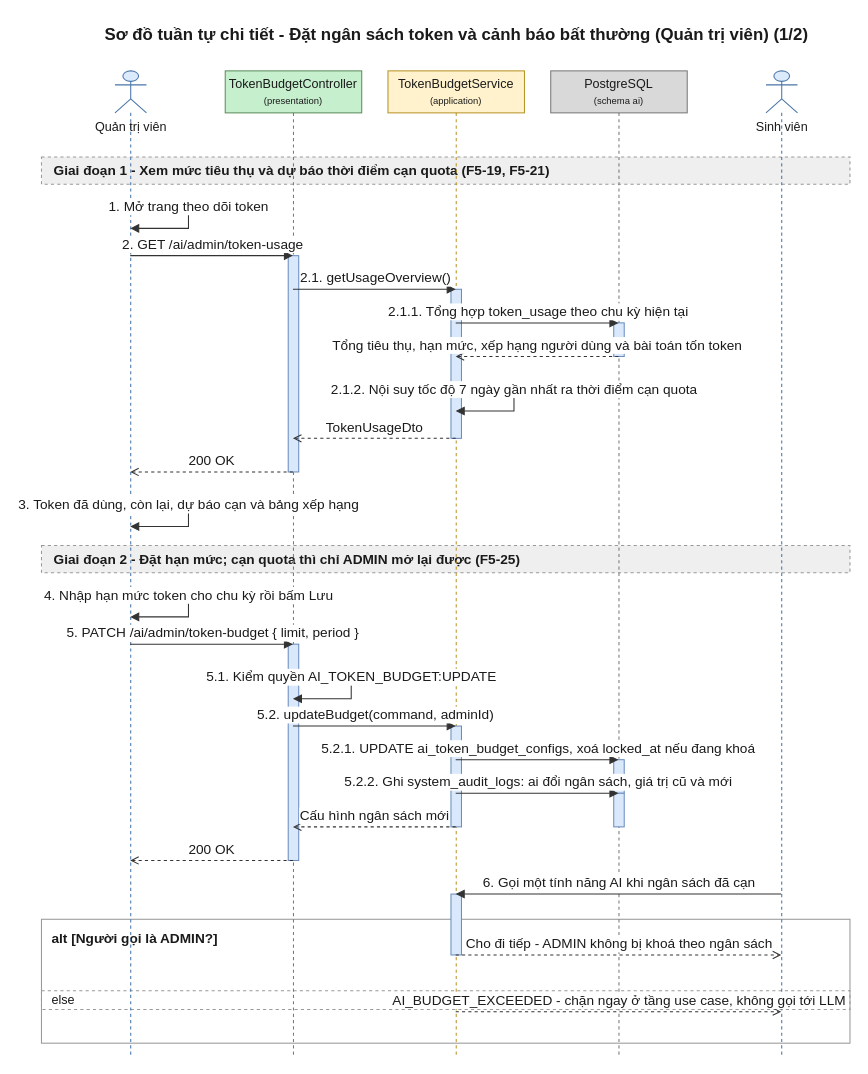
Above: 08-diagram/sequence/admin/sequence_admin_dat_ngan_sach_token_p1.drawio in daiphu1801/PRJ_ALGOPREP (draw.io), before the change. Source tidied: cells renumbered, new cells numbered last; positions are measured from the earlier drawing's top-left corner, leaving out a move shared by most shapes. Both pictures are drawn from the tidied source at 105%, with x=0, y=0 at pixel (41, 18).
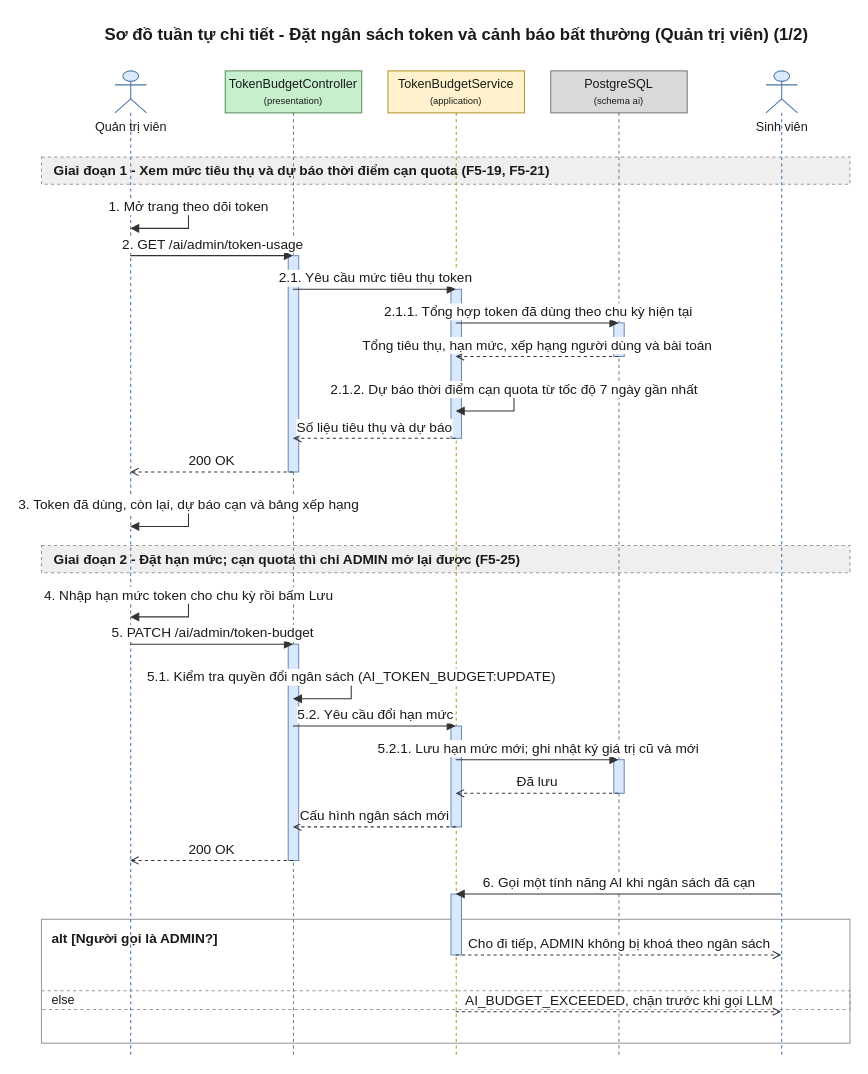
The same page after the edit.

Unchanged cells that the change refers to:
```xml
<mxCell id="7" value="Quản trị viên" style="shape=umlLifeline;participant=umlActor;perimeter=lifelinePerimeter;html=1;outlineConnect=0;size=40;verticalAlign=top;spacingTop=40;fillColor=#DCEBFC;strokeColor=#4A76A8;fontColor=#1A1A1A;" parent="1" vertex="1">
  <mxGeometry x="70" y="50" width="30" height="938" as="geometry" />
</mxCell>
<mxCell id="8" value="TokenBudgetController&lt;br&gt;&lt;font style=&quot;font-size:9px&quot;&gt;(presentation)&lt;/font&gt;" style="shape=umlLifeline;perimeter=lifelinePerimeter;whiteSpace=wrap;html=1;outlineConnect=0;size=40;fillColor=#C6EFCE;strokeColor=#5E8E5E;fontColor=#1A1A1A;" parent="1" vertex="1">
  <mxGeometry x="175" y="50" width="130" height="938" as="geometry" />
</mxCell>
<mxCell id="9" value="TokenBudgetService&lt;br&gt;&lt;font style=&quot;font-size:9px&quot;&gt;(application)&lt;/font&gt;" style="shape=umlLifeline;perimeter=lifelinePerimeter;whiteSpace=wrap;html=1;outlineConnect=0;size=40;fillColor=#FFF2CC;strokeColor=#B8952A;fontColor=#1A1A1A;" parent="1" vertex="1">
  <mxGeometry x="330" y="50" width="130" height="938" as="geometry" />
</mxCell>
<mxCell id="10" value="PostgreSQL&lt;br&gt;&lt;font style=&quot;font-size:9px&quot;&gt;(schema ai)&lt;/font&gt;" style="shape=umlLifeline;perimeter=lifelinePerimeter;whiteSpace=wrap;html=1;outlineConnect=0;size=40;fillColor=#D9D9D9;strokeColor=#7A7A7A;fontColor=#1A1A1A;" parent="1" vertex="1">
  <mxGeometry x="485" y="50" width="130" height="938" as="geometry" />
</mxCell>
<mxCell id="11" value="Sinh viên" style="shape=umlLifeline;participant=umlActor;perimeter=lifelinePerimeter;html=1;outlineConnect=0;size=40;verticalAlign=top;spacingTop=40;fillColor=#DCEBFC;strokeColor=#4A76A8;fontColor=#1A1A1A;" parent="1" vertex="1">
  <mxGeometry x="690" y="50" width="30" height="938" as="geometry" />
</mxCell>
```

What changed in the source:
```diff
@@
-    <mxCell id="16" style="html=1;perimeter=orthogonalPerimeter;targetShapes=umlLifeline;fillColor=#DAE8FC;strokeColor=#6C8EBF;" parent="10" vertex="1">
-      <mxGeometry x="60" y="688" width="10" height="32" as="geometry" />
+    <mxCell id="16" style="html=1;perimeter=orthogonalPerimeter;targetShapes=umlLifeline;fillColor=#DAE8FC;strokeColor=#6C8EBF;" parent="9" vertex="1">
+      <mxGeometry x="60" y="624" width="10" height="96" as="geometry" />
     </mxCell>
-    <mxCell id="17" style="html=1;perimeter=orthogonalPerimeter;targetShapes=umlLifeline;fillColor=#DAE8FC;strokeColor=#6C8EBF;" parent="9" vertex="1">
-      <mxGeometry x="60" y="624" width="10" height="96" as="geometry" />
+    <mxCell id="17" style="html=1;perimeter=orthogonalPerimeter;targetShapes=umlLifeline;fillColor=#DAE8FC;strokeColor=#6C8EBF;" parent="8" vertex="1">
+      <mxGeometry x="60" y="546" width="10" height="206" as="geometry" />
     </mxCell>
-    <mxCell id="18" style="html=1;perimeter=orthogonalPerimeter;targetShapes=umlLifeline;fillColor=#DAE8FC;strokeColor=#6C8EBF;" parent="8" vertex="1">
-      <mxGeometry x="60" y="546" width="10" height="206" as="geometry" />
+    <mxCell id="18" style="html=1;perimeter=orthogonalPerimeter;targetShapes=umlLifeline;fillColor=#DAE8FC;strokeColor=#6C8EBF;" parent="9" vertex="1">
+      <mxGeometry x="60" y="784" width="10" height="58" as="geometry" />
     </mxCell>
-    <mxCell id="19" style="html=1;perimeter=orthogonalPerimeter;targetShapes=umlLifeline;fillColor=#DAE8FC;strokeColor=#6C8EBF;" parent="9" vertex="1">
-      <mxGeometry x="60" y="784" width="10" height="58" as="geometry" />
-    </mxCell>
+    <mxCell id="40" value="1. Mở trang theo dõi token" style="edgeStyle=orthogonalEdgeStyle;rounded=0;html=1;endArrow=block;endFill=1;strokeColor=#333333;fontColor=#1A1A1A;fontSize=13;verticalAlign=bottom;exitX=0.5;exitY=0.1386;exitDx=0;exitDy=0;entryX=0.5;entryY=0.1599;entryDx=0;entryDy=0;" parent="1" edge="1" source="7" target="7">
+      <mxGeometry relative="1" as="geometry">
+        <Array as="points">
+          <mxPoint x="140" y="180" />
+          <mxPoint x="140" y="200" />
+        </Array>
+      </mxGeometry>
+    </mxCell>
-    <mxCell id="20" value="1. Mở trang theo dõi token" style="edgeStyle=orthogonalEdgeStyle;rounded=0;html=1;endArrow=block;endFill=1;strokeColor=#333333;fontColor=#1A1A1A;fontSize=13;verticalAlign=bottom;exitX=0.5;exitY=0.1386;exitDx=0;exitDy=0;entryX=0.5;entryY=0.1599;entryDx=0;entryDy=0;" parent="1" edge="1" source="7" target="7">
-      <mxGeometry relative="1" as="geometry">
-        <Array as="points">
-          <mxPoint x="140" y="180" />
-          <mxPoint x="140" y="200" />
-        </Array>
-      </mxGeometry>
+    <mxCell id="20" value="2. GET /ai/admin/token-usage" style="edgeStyle=none;html=1;endArrow=block;endFill=1;strokeColor=#333333;fontColor=#1A1A1A;fontSize=13;verticalAlign=bottom;exitX=0.5;exitY=0.1876;exitDx=0;exitDy=0;entryX=0.5;entryY=0.1876;entryDx=0;entryDy=0;" parent="1" edge="1" source="7" target="8">
+      <mxGeometry relative="1" as="geometry" />
     </mxCell>
-    <mxCell id="21" value="2. GET /ai/admin/token-usage" style="edgeStyle=none;html=1;endArrow=block;endFill=1;strokeColor=#333333;fontColor=#1A1A1A;fontSize=13;verticalAlign=bottom;exitX=0.5;exitY=0.1876;exitDx=0;exitDy=0;entryX=0.5;entryY=0.1876;entryDx=0;entryDy=0;" parent="1" edge="1" source="7" target="8">
+    <mxCell id="21" value="2.1. Yêu cầu mức tiêu thụ token" style="edgeStyle=none;html=1;endArrow=block;endFill=1;strokeColor=#333333;fontColor=#1A1A1A;fontSize=13;verticalAlign=bottom;exitX=0.5;exitY=0.2217;exitDx=0;exitDy=0;entryX=0.5;entryY=0.2217;entryDx=0;entryDy=0;" parent="1" edge="1" source="8" target="9">
       <mxGeometry relative="1" as="geometry" />
     </mxCell>
-    <mxCell id="22" value="2.1. getUsageOverview()" style="edgeStyle=none;html=1;endArrow=block;endFill=1;strokeColor=#333333;fontColor=#1A1A1A;fontSize=13;verticalAlign=bottom;exitX=0.5;exitY=0.2217;exitDx=0;exitDy=0;entryX=0.5;entryY=0.2217;entryDx=0;entryDy=0;" parent="1" edge="1" source="8" target="9">
+    <mxCell id="22" value="2.1.1. Tổng hợp token đã dùng theo chu kỳ hiện tại" style="edgeStyle=none;html=1;endArrow=block;endFill=1;strokeColor=#333333;fontColor=#1A1A1A;fontSize=13;verticalAlign=bottom;exitX=0.5;exitY=0.2559;exitDx=0;exitDy=0;entryX=0.5;entryY=0.2559;entryDx=0;entryDy=0;" parent="1" edge="1" source="9" target="10">
       <mxGeometry relative="1" as="geometry" />
     </mxCell>
-    <mxCell id="23" value="2.1.1. Tổng hợp token_usage theo chu kỳ hiện tại" style="edgeStyle=none;html=1;endArrow=block;endFill=1;strokeColor=#333333;fontColor=#1A1A1A;fontSize=13;verticalAlign=bottom;exitX=0.5;exitY=0.2559;exitDx=0;exitDy=0;entryX=0.5;entryY=0.2559;entryDx=0;entryDy=0;" parent="1" edge="1" source="9" target="10">
+    <mxCell id="23" value="Tổng tiêu thụ, hạn mức, xếp hạng người dùng và bài toán" style="edgeStyle=none;html=1;endArrow=open;endFill=0;dashed=1;strokeColor=#333333;fontColor=#1A1A1A;fontSize=13;verticalAlign=bottom;exitX=0.5;exitY=0.2900;exitDx=0;exitDy=0;entryX=0.5;entryY=0.2900;entryDx=0;entryDy=0;" parent="1" edge="1" source="10" target="9">
       <mxGeometry relative="1" as="geometry" />
     </mxCell>
-    <mxCell id="24" value="Tổng tiêu thụ, hạn mức, xếp hạng người dùng và bài toán tốn token" style="edgeStyle=none;html=1;endArrow=open;endFill=0;dashed=1;strokeColor=#333333;fontColor=#1A1A1A;fontSize=13;verticalAlign=bottom;exitX=0.5;exitY=0.2900;exitDx=0;exitDy=0;entryX=0.5;entryY=0.2900;entryDx=0;entryDy=0;" parent="1" edge="1" source="10" target="9">
-      <mxGeometry relative="1" as="geometry" />
+    <mxCell id="24" value="2.1.2. Dự báo thời điểm cạn quota từ tốc độ 7 ngày gần nhất" style="edgeStyle=orthogonalEdgeStyle;rounded=0;html=1;endArrow=block;endFill=1;strokeColor=#333333;fontColor=#1A1A1A;fontSize=13;verticalAlign=bottom;exitX=0.5;exitY=0.3241;exitDx=0;exitDy=0;entryX=0.5;entryY=0.3454;entryDx=0;entryDy=0;" parent="1" edge="1" source="9" target="9">
+      <mxGeometry relative="1" as="geometry">
+        <Array as="points">
+          <mxPoint x="450" y="354" />
+          <mxPoint x="450" y="374" />
+        </Array>
+      </mxGeometry>
     </mxCell>
-    <mxCell id="25" value="2.1.2. Nội suy tốc độ 7 ngày gần nhất ra thời điểm cạn quota" style="edgeStyle=orthogonalEdgeStyle;rounded=0;html=1;endArrow=block;endFill=1;strokeColor=#333333;fontColor=#1A1A1A;fontSize=13;verticalAlign=bottom;exitX=0.5;exitY=0.3241;exitDx=0;exitDy=0;entryX=0.5;entryY=0.3454;entryDx=0;entryDy=0;" parent="1" edge="1" source="9" target="9">
-      <mxGeometry relative="1" as="geometry">
-        <Array as="points">
-          <mxPoint x="450" y="354" />
-          <mxPoint x="450" y="374" />
-        </Array>
-      </mxGeometry>
+    <mxCell id="25" value="Số liệu tiêu thụ và dự báo" style="edgeStyle=none;html=1;endArrow=open;endFill=0;dashed=1;strokeColor=#333333;fontColor=#1A1A1A;fontSize=13;verticalAlign=bottom;exitX=0.5;exitY=0.3731;exitDx=0;exitDy=0;entryX=0.5;entryY=0.3731;entryDx=0;entryDy=0;" parent="1" edge="1" source="9" target="8">
+      <mxGeometry relative="1" as="geometry" />
     </mxCell>
-    <mxCell id="26" value="TokenUsageDto" style="edgeStyle=none;html=1;endArrow=open;endFill=0;dashed=1;strokeColor=#333333;fontColor=#1A1A1A;fontSize=13;verticalAlign=bottom;exitX=0.5;exitY=0.3731;exitDx=0;exitDy=0;entryX=0.5;entryY=0.3731;entryDx=0;entryDy=0;" parent="1" edge="1" source="9" target="8">
+    <mxCell id="26" value="200 OK" style="edgeStyle=none;html=1;endArrow=open;endFill=0;dashed=1;strokeColor=#333333;fontColor=#1A1A1A;fontSize=13;verticalAlign=bottom;exitX=0.5;exitY=0.4072;exitDx=0;exitDy=0;entryX=0.5;entryY=0.4072;entryDx=0;entryDy=0;" parent="1" edge="1" source="8" target="7">
       <mxGeometry relative="1" as="geometry" />
     </mxCell>
-    <mxCell id="27" value="200 OK" style="edgeStyle=none;html=1;endArrow=open;endFill=0;dashed=1;strokeColor=#333333;fontColor=#1A1A1A;fontSize=13;verticalAlign=bottom;exitX=0.5;exitY=0.4072;exitDx=0;exitDy=0;entryX=0.5;entryY=0.4072;entryDx=0;entryDy=0;" parent="1" edge="1" source="8" target="7">
-      <mxGeometry relative="1" as="geometry" />
+    <mxCell id="27" value="3. Token đã dùng, còn lại, dự báo cạn và bảng xếp hạng" style="edgeStyle=orthogonalEdgeStyle;rounded=0;html=1;endArrow=block;endFill=1;strokeColor=#333333;fontColor=#1A1A1A;fontSize=13;verticalAlign=bottom;exitX=0.5;exitY=0.4414;exitDx=0;exitDy=0;entryX=0.5;entryY=0.4627;entryDx=0;entryDy=0;" parent="1" edge="1" source="7" target="7">
+      <mxGeometry relative="1" as="geometry">
+        <Array as="points">
+          <mxPoint x="140" y="464" />
+          <mxPoint x="140" y="484" />
+        </Array>
+      </mxGeometry>
     </mxCell>
-    <mxCell id="28" value="3. Token đã dùng, còn lại, dự báo cạn và bảng xếp hạng" style="edgeStyle=orthogonalEdgeStyle;rounded=0;html=1;endArrow=block;endFill=1;strokeColor=#333333;fontColor=#1A1A1A;fontSize=13;verticalAlign=bottom;exitX=0.5;exitY=0.4414;exitDx=0;exitDy=0;entryX=0.5;entryY=0.4627;entryDx=0;entryDy=0;" parent="1" edge="1" source="7" target="7">
+    <mxCell id="28" value="4. Nhập hạn mức token cho chu kỳ rồi bấm Lưu" style="edgeStyle=orthogonalEdgeStyle;rounded=0;html=1;endArrow=block;endFill=1;strokeColor=#333333;fontColor=#1A1A1A;fontSize=13;verticalAlign=bottom;exitX=0.5;exitY=0.5330;exitDx=0;exitDy=0;entryX=0.5;entryY=0.5544;entryDx=0;entryDy=0;" parent="1" edge="1" source="7" target="7">
       <mxGeometry relative="1" as="geometry">
         <Array as="points">
-          <mxPoint x="140" y="464" />
-          <mxPoint x="140" y="484" />
+          <mxPoint x="140" y="550" />
+          <mxPoint x="140" y="570" />
         </Array>
       </mxGeometry>
     </mxCell>
-    <mxCell id="29" value="4. Nhập hạn mức token cho chu kỳ rồi bấm Lưu" style="edgeStyle=orthogonalEdgeStyle;rounded=0;html=1;endArrow=block;endFill=1;strokeColor=#333333;fontColor=#1A1A1A;fontSize=13;verticalAlign=bottom;exitX=0.5;exitY=0.5330;exitDx=0;exitDy=0;entryX=0.5;entryY=0.5544;entryDx=0;entryDy=0;" parent="1" edge="1" source="7" target="7">
-      <mxGeometry relative="1" as="geometry">
-        <Array as="points">
-          <mxPoint x="140" y="550" />
-          <mxPoint x="140" y="570" />
-        </Array>
-      </mxGeometry>
+    <mxCell id="29" value="5. PATCH /ai/admin/token-budget" style="edgeStyle=none;html=1;endArrow=block;endFill=1;strokeColor=#333333;fontColor=#1A1A1A;fontSize=13;verticalAlign=bottom;exitX=0.5;exitY=0.5821;exitDx=0;exitDy=0;entryX=0.5;entryY=0.5821;entryDx=0;entryDy=0;" parent="1" edge="1" source="7" target="8">
+      <mxGeometry relative="1" as="geometry" />
     </mxCell>
-    <mxCell id="30" value="5. PATCH /ai/admin/token-budget { limit, period }" style="edgeStyle=none;html=1;endArrow=block;endFill=1;strokeColor=#333333;fontColor=#1A1A1A;fontSize=13;verticalAlign=bottom;exitX=0.5;exitY=0.5821;exitDx=0;exitDy=0;entryX=0.5;entryY=0.5821;entryDx=0;entryDy=0;" parent="1" edge="1" source="7" target="8">
-      <mxGeometry relative="1" as="geometry" />
+    <mxCell id="30" value="5.1. Kiểm tra quyền đổi ngân sách (AI_TOKEN_BUDGET:UPDATE)" style="edgeStyle=orthogonalEdgeStyle;rounded=0;html=1;endArrow=block;endFill=1;strokeColor=#333333;fontColor=#1A1A1A;fontSize=13;verticalAlign=bottom;exitX=0.5;exitY=0.6162;exitDx=0;exitDy=0;entryX=0.5;entryY=0.6375;entryDx=0;entryDy=0;" parent="1" edge="1" source="8" target="8">
+      <mxGeometry relative="1" as="geometry">
+        <Array as="points">
+          <mxPoint x="295" y="628" />
+          <mxPoint x="295" y="648" />
+        </Array>
+      </mxGeometry>
     </mxCell>
-    <mxCell id="31" value="5.1. Kiểm quyền AI_TOKEN_BUDGET:UPDATE" style="edgeStyle=orthogonalEdgeStyle;rounded=0;html=1;endArrow=block;endFill=1;strokeColor=#333333;fontColor=#1A1A1A;fontSize=13;verticalAlign=bottom;exitX=0.5;exitY=0.6162;exitDx=0;exitDy=0;entryX=0.5;entryY=0.6375;entryDx=0;entryDy=0;" parent="1" edge="1" source="8" target="8">
-      <mxGeometry relative="1" as="geometry">
-        <Array as="points">
-          <mxPoint x="295" y="628" />
-          <mxPoint x="295" y="648" />
-        </Array>
-      </mxGeometry>
+    <mxCell id="31" value="5.2. Yêu cầu đổi hạn mức" style="edgeStyle=none;html=1;endArrow=block;endFill=1;strokeColor=#333333;fontColor=#1A1A1A;fontSize=13;verticalAlign=bottom;exitX=0.5;exitY=0.6652;exitDx=0;exitDy=0;entryX=0.5;entryY=0.6652;entryDx=0;entryDy=0;" parent="1" edge="1" source="8" target="9">
+      <mxGeometry relative="1" as="geometry" />
     </mxCell>
-    <mxCell id="32" value="5.2. updateBudget(command, adminId)" style="edgeStyle=none;html=1;endArrow=block;endFill=1;strokeColor=#333333;fontColor=#1A1A1A;fontSize=13;verticalAlign=bottom;exitX=0.5;exitY=0.6652;exitDx=0;exitDy=0;entryX=0.5;entryY=0.6652;entryDx=0;entryDy=0;" parent="1" edge="1" source="8" target="9">
+    <mxCell id="32" value="5.2.1. Lưu hạn mức mới; ghi nhật ký giá trị cũ và mới" style="edgeStyle=none;html=1;endArrow=block;endFill=1;strokeColor=#333333;fontColor=#1A1A1A;fontSize=13;verticalAlign=bottom;exitX=0.5;exitY=0.6994;exitDx=0;exitDy=0;entryX=0.5;entryY=0.6994;entryDx=0;entryDy=0;" parent="1" edge="1" source="9" target="10">
       <mxGeometry relative="1" as="geometry" />
     </mxCell>
-    <mxCell id="33" value="5.2.1. UPDATE ai_token_budget_configs, xoá locked_at nếu đang khoá" style="edgeStyle=none;html=1;endArrow=block;endFill=1;strokeColor=#333333;fontColor=#1A1A1A;fontSize=13;verticalAlign=bottom;exitX=0.5;exitY=0.6994;exitDx=0;exitDy=0;entryX=0.5;entryY=0.6994;entryDx=0;entryDy=0;" parent="1" edge="1" source="9" target="10">
+    <mxCell id="33" value="Đã lưu" style="edgeStyle=none;html=1;endArrow=open;endFill=0;dashed=1;strokeColor=#333333;fontColor=#1A1A1A;fontSize=13;verticalAlign=bottom;exitX=0.5;exitY=0.7335;exitDx=0;exitDy=0;entryX=0.5;entryY=0.7335;entryDx=0;entryDy=0;" parent="1" edge="1" source="10" target="9">
       <mxGeometry relative="1" as="geometry" />
     </mxCell>
-    <mxCell id="34" value="5.2.2. Ghi system_audit_logs: ai đổi ngân sách, giá trị cũ và mới" style="edgeStyle=none;html=1;endArrow=block;endFill=1;strokeColor=#333333;fontColor=#1A1A1A;fontSize=13;verticalAlign=bottom;exitX=0.5;exitY=0.7335;exitDx=0;exitDy=0;entryX=0.5;entryY=0.7335;entryDx=0;entryDy=0;" parent="1" edge="1" source="9" target="10">
+    <mxCell id="34" value="Cấu hình ngân sách mới" style="edgeStyle=none;html=1;endArrow=open;endFill=0;dashed=1;strokeColor=#333333;fontColor=#1A1A1A;fontSize=13;verticalAlign=bottom;exitX=0.5;exitY=0.7676;exitDx=0;exitDy=0;entryX=0.5;entryY=0.7676;entryDx=0;entryDy=0;" parent="1" edge="1" source="9" target="8">
       <mxGeometry relative="1" as="geometry" />
     </mxCell>
-    <mxCell id="35" value="Cấu hình ngân sách mới" style="edgeStyle=none;html=1;endArrow=open;endFill=0;dashed=1;strokeColor=#333333;fontColor=#1A1A1A;fontSize=13;verticalAlign=bottom;exitX=0.5;exitY=0.7676;exitDx=0;exitDy=0;entryX=0.5;entryY=0.7676;entryDx=0;entryDy=0;" parent="1" edge="1" source="9" target="8">
+    <mxCell id="35" value="200 OK" style="edgeStyle=none;html=1;endArrow=open;endFill=0;dashed=1;strokeColor=#333333;fontColor=#1A1A1A;fontSize=13;verticalAlign=bottom;exitX=0.5;exitY=0.8017;exitDx=0;exitDy=0;entryX=0.5;entryY=0.8017;entryDx=0;entryDy=0;" parent="1" edge="1" source="8" target="7">
       <mxGeometry relative="1" as="geometry" />
     </mxCell>
-    <mxCell id="36" value="200 OK" style="edgeStyle=none;html=1;endArrow=open;endFill=0;dashed=1;strokeColor=#333333;fontColor=#1A1A1A;fontSize=13;verticalAlign=bottom;exitX=0.5;exitY=0.8017;exitDx=0;exitDy=0;entryX=0.5;entryY=0.8017;entryDx=0;entryDy=0;" parent="1" edge="1" source="8" target="7">
+    <mxCell id="36" value="6. Gọi một tính năng AI khi ngân sách đã cạn" style="edgeStyle=none;html=1;endArrow=block;endFill=1;strokeColor=#333333;fontColor=#1A1A1A;fontSize=13;verticalAlign=bottom;exitX=0.5;exitY=0.8358;exitDx=0;exitDy=0;entryX=0.5;entryY=0.8358;entryDx=0;entryDy=0;" parent="1" edge="1" source="11" target="9">
       <mxGeometry relative="1" as="geometry" />
     </mxCell>
-    <mxCell id="37" value="6. Gọi một tính năng AI khi ngân sách đã cạn" style="edgeStyle=none;html=1;endArrow=block;endFill=1;strokeColor=#333333;fontColor=#1A1A1A;fontSize=13;verticalAlign=bottom;exitX=0.5;exitY=0.8358;exitDx=0;exitDy=0;entryX=0.5;entryY=0.8358;entryDx=0;entryDy=0;" parent="1" edge="1" source="11" target="9">
+    <mxCell id="37" value="Cho đi tiếp, ADMIN không bị khoá theo ngân sách" style="edgeStyle=none;html=1;endArrow=open;endFill=0;dashed=1;strokeColor=#333333;fontColor=#1A1A1A;fontSize=13;verticalAlign=bottom;exitX=0.5;exitY=0.8977;exitDx=0;exitDy=0;entryX=0.5;entryY=0.8977;entryDx=0;entryDy=0;" parent="1" edge="1" source="9" target="11">
       <mxGeometry relative="1" as="geometry" />
     </mxCell>
-    <mxCell id="38" value="Cho đi tiếp - ADMIN không bị khoá theo ngân sách" style="edgeStyle=none;html=1;endArrow=open;endFill=0;dashed=1;strokeColor=#333333;fontColor=#1A1A1A;fontSize=13;verticalAlign=bottom;exitX=0.5;exitY=0.8977;exitDx=0;exitDy=0;entryX=0.5;entryY=0.8977;entryDx=0;entryDy=0;" parent="1" edge="1" source="9" target="11">
+    <mxCell id="38" value="AI_BUDGET_EXCEEDED, chặn trước khi gọi LLM" style="edgeStyle=none;html=1;endArrow=open;endFill=0;dashed=1;strokeColor=#333333;fontColor=#1A1A1A;fontSize=13;verticalAlign=bottom;exitX=0.5;exitY=0.9552;exitDx=0;exitDy=0;entryX=0.5;entryY=0.9552;entryDx=0;entryDy=0;" parent="1" edge="1" source="9" target="11">
       <mxGeometry relative="1" as="geometry" />
     </mxCell>
-    <mxCell id="39" value="AI_BUDGET_EXCEEDED - chặn ngay ở tầng use case, không gọi tới LLM" style="edgeStyle=none;html=1;endArrow=open;endFill=0;dashed=1;strokeColor=#333333;fontColor=#1A1A1A;fontSize=13;verticalAlign=bottom;exitX=0.5;exitY=0.9552;exitDx=0;exitDy=0;entryX=0.5;entryY=0.9552;entryDx=0;entryDy=0;" parent="1" edge="1" source="9" target="11">
-      <mxGeometry relative="1" as="geometry" />
-    </mxCell>
```
